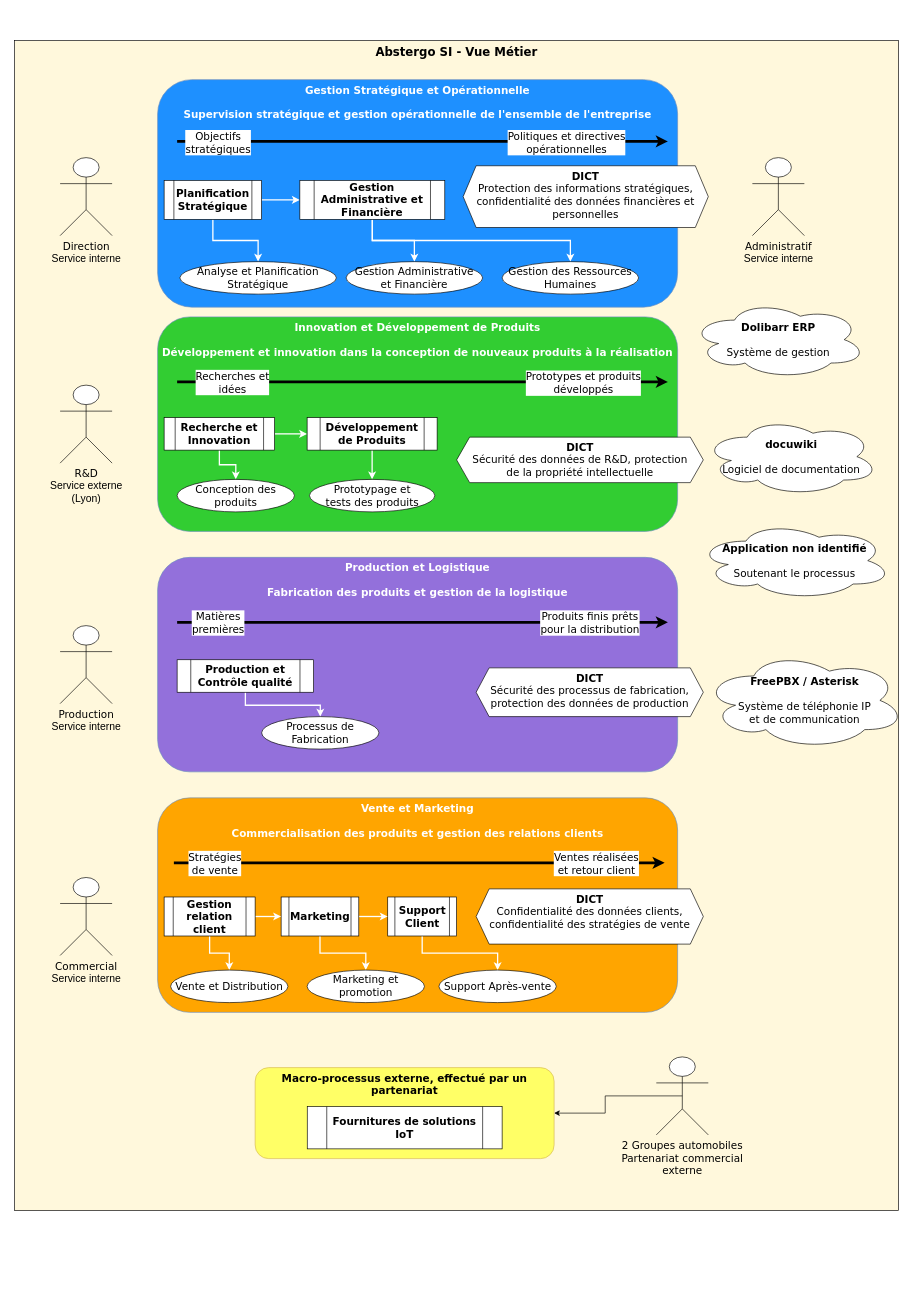
Above: Vue_Métier_v2.drawio in CharifMah/AbstergoAnimus (draw.io), before the change. Source tidied: cells renumbered, new cells numbered last; positions are measured from the earlier drawing's top-left corner, leaving out a move shared by most shapes. Both pictures are drawn from the tidied source at 65%, with x=0, y=0 at pixel (14, 40).
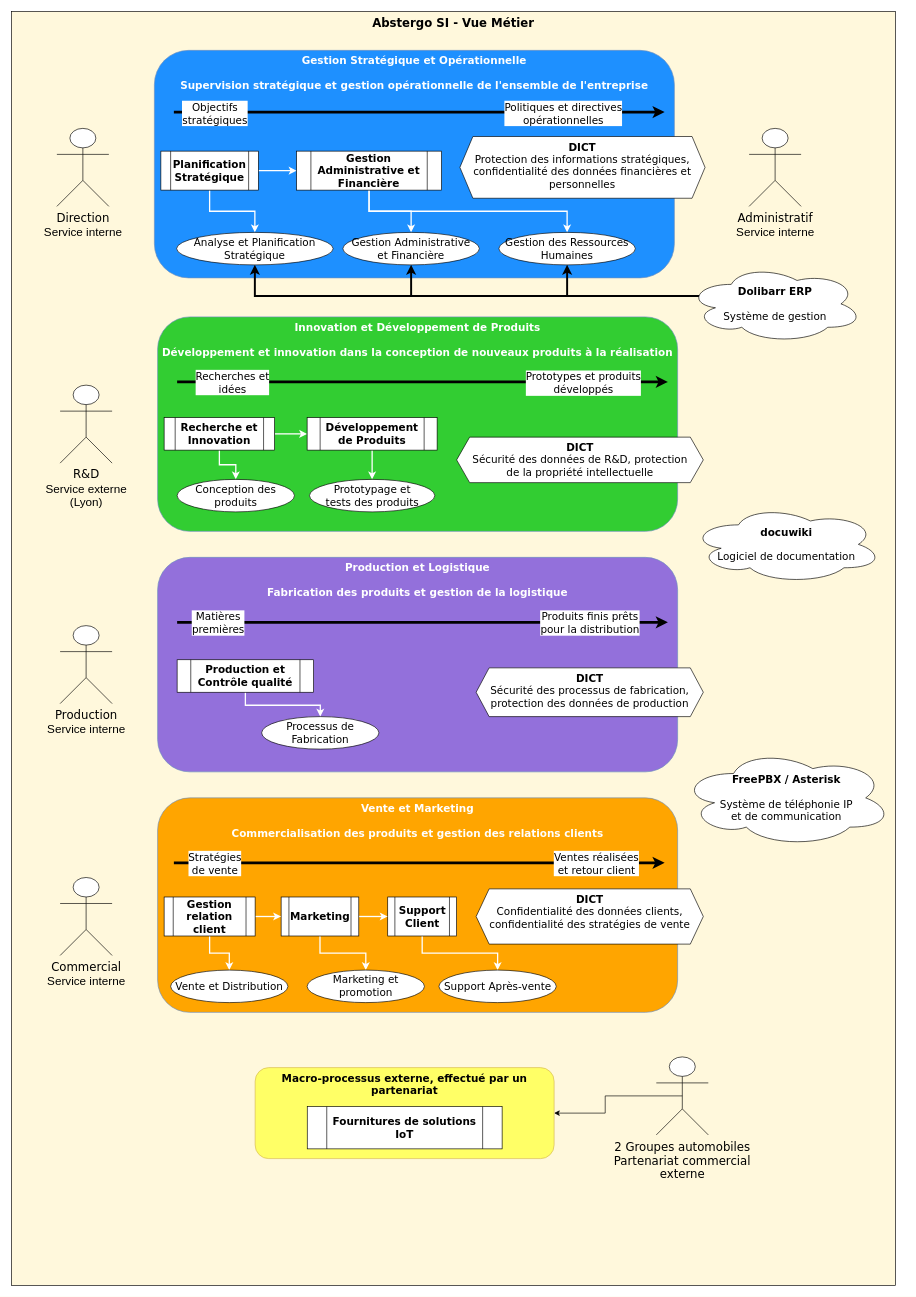
The same diagram, later.

Commit message (it also covers changes not shown here):
Mettre à jour Vue_Métier_v2.drawio

What changed in the source:
```diff
@@
     <mxCell id="2" value="&lt;b&gt;&lt;font size=&quot;1&quot;&gt;&lt;span style=&quot;font-size: 18px;&quot;&gt;Abstergo SI - Vue Métier&lt;/span&gt;&lt;/font&gt;&lt;/b&gt;" style="rounded=0;whiteSpace=wrap;html=1;verticalAlign=top;fillColor=#FFF8DC;fontFamily=Verdana;" parent="1" vertex="1">
-      <mxGeometry width="1360" height="1800" as="geometry" />
+      <mxGeometry x="-5" y="-45" width="1360" height="1960" as="geometry" />
     </mxCell>
     <mxCell id="3" value="&lt;font style=&quot;font-size: 16px;&quot;&gt;Gestion Stratégique et Opérationnelle&lt;br style=&quot;font-size: 16px;&quot;&gt;&lt;br style=&quot;font-size: 16px;&quot;&gt;&lt;/font&gt;&lt;font style=&quot;font-size: 16px;&quot;&gt;Supervision stratégique et gestion opérationnelle de l'ensemble de l'entreprise&lt;font style=&quot;font-size: 16px;&quot;&gt;&lt;font style=&quot;font-size: 16px;&quot;&gt;&lt;br style=&quot;font-size: 16px;&quot;&gt;&lt;/font&gt;&lt;/font&gt;&lt;/font&gt;" style="rounded=1;whiteSpace=wrap;html=1;fillColor=#1E90FF;strokeColor=#6c8ebf;fontStyle=1;fontColor=#FFFFFF;verticalAlign=top;fontFamily=Verdana;fontSize=16;" parent="1" vertex="1">
-      <mxGeometry x="220" y="60" width="800" height="350" as="geometry" />
+      <mxGeometry x="215" y="15" width="800" height="350" as="geometry" />
     </mxCell>
@@
     <mxCell id="9" value="Planification Stratégique" style="shape=process;whiteSpace=wrap;html=1;fontStyle=1;fontSize=16;fontFamily=Verdana;" parent="1" vertex="1">
-      <mxGeometry x="230" y="215" width="150" height="60" as="geometry" />
+      <mxGeometry x="225" y="170" width="150" height="60" as="geometry" />
     </mxCell>
@@
     <mxCell id="12" value="Gestion Administrative et Financière" style="shape=process;whiteSpace=wrap;html=1;fontSize=16;fontStyle=1;fontFamily=Verdana;" parent="1" vertex="1">
-      <mxGeometry x="438.8" y="215" width="223" height="60" as="geometry" />
+      <mxGeometry x="433.8" y="170" width="223" height="60" as="geometry" />
     </mxCell>
@@
     <mxCell id="25" value="Analyse et Planification &#10;Stratégique" style="ellipse;fontSize=16;fontFamily=Verdana;whiteSpace=wrap;" parent="1" vertex="1">
-      <mxGeometry x="254.2" y="340" width="240.8" height="50" as="geometry" />
+      <mxGeometry x="249.2" y="295" width="240.8" height="50" as="geometry" />
     </mxCell>
     <mxCell id="26" value="Gestion Administrative &#10;et Financière" style="ellipse;fontSize=16;whiteSpace=wrap;fontFamily=Verdana;" parent="1" vertex="1">
-      <mxGeometry x="510" y="340" width="210" height="50" as="geometry" />
+      <mxGeometry x="505" y="295" width="210" height="50" as="geometry" />
     </mxCell>
     <mxCell id="27" value="Gestion des Ressources Humaines" style="ellipse;fontSize=16;whiteSpace=wrap;fontFamily=Verdana;" parent="1" vertex="1">
-      <mxGeometry x="750" y="340" width="210" height="50" as="geometry" />
+      <mxGeometry x="745" y="295" width="210" height="50" as="geometry" />
     </mxCell>
@@
     <mxCell id="31" style="endArrow=classic;html=1;rounded=0;exitX=0.5;exitY=1;exitDx=0;exitDy=0;fontSize=16;strokeWidth=4;fontFamily=Verdana;" parent="1" edge="1">
       <mxGeometry relative="1" as="geometry">
-        <mxPoint x="250" y="155" as="sourcePoint" />
-        <mxPoint x="1005" y="155" as="targetPoint" />
+        <mxPoint x="245" y="110" as="sourcePoint" />
+        <mxPoint x="1000" y="110" as="targetPoint" />
         <Array as="points">
-          <mxPoint x="470" y="155" />
+          <mxPoint x="465" y="110" />
         </Array>
       </mxGeometry>
     </mxCell>
@@
     <mxCell id="34" value="&lt;font style=&quot;font-size: 16px;&quot;&gt;&lt;b style=&quot;font-size: 16px;&quot;&gt;DICT&lt;br style=&quot;font-size: 16px;&quot;&gt;&lt;/b&gt;Protection des informations stratégiques, confidentialité des données financières et personnelles&lt;br&gt;&lt;/font&gt;" style="shape=hexagon;perimeter=hexagonPerimeter2;whiteSpace=wrap;html=1;fixedSize=1;verticalAlign=top;fontFamily=Verdana;fontSize=16;" parent="1" vertex="1">
-      <mxGeometry x="690" y="192.5" width="377.2" height="95" as="geometry" />
+      <mxGeometry x="685" y="147.5" width="377.2" height="95" as="geometry" />
     </mxCell>
@@
-    <mxCell id="47" value="&lt;font style=&quot;font-size: 16px;&quot; face=&quot;Verdana&quot;&gt;Direction&lt;/font&gt;&lt;br&gt;&lt;font style=&quot;font-size: 16px;&quot;&gt;Service interne&lt;/font&gt;" style="shape=umlActor;verticalLabelPosition=bottom;verticalAlign=top;html=1;" parent="1" vertex="1">
-      <mxGeometry x="70" y="180" width="80" height="120" as="geometry" />
+    <mxCell id="47" value="&lt;font style=&quot;font-size: 18px;&quot; face=&quot;Verdana&quot;&gt;Direction&lt;/font&gt;&lt;font style=&quot;font-size: 18px;&quot; face=&quot;kKJ_Ids-99zO15ref_r5&quot;&gt;&lt;br&gt;&lt;font style=&quot;font-size: 18px;&quot;&gt;Service interne&lt;/font&gt;&lt;/font&gt;" style="shape=umlActor;verticalLabelPosition=bottom;verticalAlign=top;html=1;" parent="1" vertex="1">
+      <mxGeometry x="65" y="135" width="80" height="120" as="geometry" />
     </mxCell>
-    <mxCell id="48" value="&lt;font style=&quot;font-size: 16px;&quot; face=&quot;Verdana&quot;&gt;Administratif&lt;/font&gt;&lt;br&gt;&lt;font style=&quot;font-size: 16px;&quot;&gt;Service interne&lt;/font&gt;" style="shape=umlActor;verticalLabelPosition=bottom;verticalAlign=top;html=1;" parent="1" vertex="1">
-      <mxGeometry x="1135" y="180" width="80" height="120" as="geometry" />
+    <mxCell id="48" value="&lt;font style=&quot;font-size: 18px;&quot; face=&quot;Verdana&quot;&gt;Administratif&lt;/font&gt;&lt;font style=&quot;font-size: 18px;&quot; face=&quot;4KgLqjCtGsQ8VSGJz6T4&quot;&gt;&lt;br&gt;&lt;font style=&quot;font-size: 18px;&quot;&gt;Service interne&lt;/font&gt;&lt;/font&gt;" style="shape=umlActor;verticalLabelPosition=bottom;verticalAlign=top;html=1;" parent="1" vertex="1">
+      <mxGeometry x="1130" y="135" width="80" height="120" as="geometry" />
     </mxCell>
@@
-    <mxCell id="50" value="&lt;font face=&quot;Verdana&quot; style=&quot;font-size: 16px;&quot;&gt;2 &lt;font style=&quot;font-size: 16px;&quot;&gt;Groupes automobiles&lt;br&gt;Partenariat commercial &lt;br&gt;externe&lt;br&gt;&lt;/font&gt;&lt;/font&gt;" style="shape=umlActor;verticalLabelPosition=bottom;verticalAlign=top;html=1;outlineConnect=0;" parent="1" vertex="1">
+    <mxCell id="50" value="&lt;font style=&quot;font-size: 18px;&quot; face=&quot;Verdana&quot;&gt;2 &lt;font style=&quot;font-size: 18px;&quot;&gt;Groupes automobiles&lt;br&gt;Partenariat commercial &lt;br&gt;externe&lt;br&gt;&lt;/font&gt;&lt;/font&gt;" style="shape=umlActor;verticalLabelPosition=bottom;verticalAlign=top;html=1;outlineConnect=0;" parent="1" vertex="1">
       <mxGeometry x="987.2" y="1563.5" width="80" height="120" as="geometry" />
     </mxCell>
-    <mxCell id="51" value="&lt;font style=&quot;font-size: 16px;&quot; face=&quot;Verdana&quot;&gt;R&amp;amp;D&lt;/font&gt;&lt;br&gt;&lt;font style=&quot;font-size: 16px;&quot;&gt;Service externe&lt;br&gt;(Lyon)&lt;br&gt;&lt;/font&gt;" style="shape=umlActor;verticalLabelPosition=bottom;verticalAlign=top;html=1;" parent="1" vertex="1">
+    <mxCell id="51" value="&lt;font style=&quot;font-size: 18px;&quot; face=&quot;Verdana&quot;&gt;R&amp;amp;D&lt;/font&gt;&lt;font style=&quot;font-size: 18px;&quot; face=&quot;UAt6fcJ7rfgdQYm4minW&quot;&gt;&lt;br&gt;&lt;font style=&quot;font-size: 18px;&quot;&gt;Service externe&lt;br&gt;(Lyon)&lt;br&gt;&lt;/font&gt;&lt;/font&gt;" style="shape=umlActor;verticalLabelPosition=bottom;verticalAlign=top;html=1;" parent="1" vertex="1">
       <mxGeometry x="70" y="530" width="80" height="120" as="geometry" />
     </mxCell>
-    <mxCell id="52" value="&lt;font style=&quot;font-size: 16px;&quot; face=&quot;Verdana&quot;&gt;Production&lt;/font&gt;&lt;font style=&quot;font-size: 16px;&quot;&gt;&lt;br&gt;Service interne&lt;/font&gt;" style="shape=umlActor;verticalLabelPosition=bottom;verticalAlign=top;html=1;" parent="1" vertex="1">
+    <mxCell id="52" value="&lt;font style=&quot;font-size: 18px;&quot; face=&quot;Verdana&quot;&gt;Production&lt;/font&gt;&lt;font style=&quot;font-size: 18px;&quot; face=&quot;FGPGU1U1eCcjK2Tbj2Oz&quot;&gt;&lt;br&gt;Service interne&lt;/font&gt;" style="shape=umlActor;verticalLabelPosition=bottom;verticalAlign=top;html=1;" parent="1" vertex="1">
       <mxGeometry x="70" y="900" width="80" height="120" as="geometry" />
     </mxCell>
@@
+    <mxCell id="66" style="edgeStyle=orthogonalEdgeStyle;rounded=0;jettySize=auto;html=1;exitX=0.07;exitY=0.4;exitDx=0;exitDy=0;exitPerimeter=0;entryX=0.5;entryY=1;entryDx=0;entryDy=0;strokeWidth=3;" parent="1" edge="1" source="59" target="26">
+      <mxGeometry relative="1" as="geometry" />
+    </mxCell>
+    <mxCell id="67" style="edgeStyle=orthogonalEdgeStyle;rounded=0;jettySize=auto;html=1;exitX=0.07;exitY=0.4;exitDx=0;exitDy=0;exitPerimeter=0;entryX=0.5;entryY=1;entryDx=0;entryDy=0;strokeWidth=3;" parent="1" edge="1" source="59" target="27">
+      <mxGeometry relative="1" as="geometry" />
+    </mxCell>
+    <mxCell id="68" style="edgeStyle=orthogonalEdgeStyle;rounded=0;jettySize=auto;html=1;exitX=0.07;exitY=0.4;exitDx=0;exitDy=0;exitPerimeter=0;entryX=0.5;entryY=1;entryDx=0;entryDy=0;strokeWidth=3;" parent="1" edge="1" source="59" target="25">
+      <mxGeometry relative="1" as="geometry" />
+    </mxCell>
     <mxCell id="59" value="&lt;font face=&quot;Verdana&quot; style=&quot;font-size: 16px;&quot;&gt;&lt;b&gt;Dolibarr ERP&lt;br&gt;&lt;/b&gt;&lt;br&gt;Système de gestion&lt;/font&gt;" style="ellipse;shape=cloud;whiteSpace=wrap;html=1;" parent="1" vertex="1">
-      <mxGeometry x="1040" y="400" width="270" height="120" as="geometry" />
+      <mxGeometry x="1035" y="345" width="270" height="120" as="geometry" />
     </mxCell>
-    <mxCell id="60" value="&lt;font style=&quot;font-size: 16px;&quot; face=&quot;Verdana&quot;&gt;&lt;b&gt;Application non identifié&lt;br&gt;&lt;br&gt;&lt;/b&gt;Soutenant le processus&lt;b&gt;&lt;br&gt;&lt;/b&gt;&lt;/font&gt;" style="ellipse;shape=cloud;whiteSpace=wrap;html=1;" parent="1" vertex="1">
-      <mxGeometry x="1050" y="740" width="300" height="120" as="geometry" />
-    </mxCell>
-    <mxCell id="61" value="&lt;font style=&quot;font-size: 16px;&quot; face=&quot;Verdana&quot;&gt;Commercial&lt;/font&gt;&lt;br&gt;&lt;font style=&quot;font-size: 16px;&quot;&gt;Service interne&lt;/font&gt;" style="shape=umlActor;verticalLabelPosition=bottom;verticalAlign=top;html=1;" parent="1" vertex="1">
+    <mxCell id="61" value="&lt;font face=&quot;Verdana&quot; style=&quot;font-size: 18px;&quot;&gt;Commercial&lt;/font&gt;&lt;font face=&quot;pfqWf4vcFxnvbJ8P3OAt&quot; style=&quot;font-size: 18px;&quot;&gt;&lt;br&gt;&lt;font style=&quot;font-size: 18px;&quot;&gt;Service interne&lt;/font&gt;&lt;/font&gt;" style="shape=umlActor;verticalLabelPosition=bottom;verticalAlign=top;html=1;" parent="1" vertex="1">
       <mxGeometry x="70" y="1287.5" width="80" height="120" as="geometry" />
     </mxCell>
@@
     <mxCell id="64" value="&lt;font face=&quot;Verdana&quot; style=&quot;font-size: 16px;&quot;&gt;&lt;b&gt;FreePBX / Asterisk&lt;br&gt;&lt;/b&gt;&lt;br&gt;Système de téléphonie IP &lt;br&gt;et de communication&lt;br&gt;&lt;/font&gt;" style="ellipse;shape=cloud;whiteSpace=wrap;html=1;" parent="1" vertex="1">
-      <mxGeometry x="1059.5" y="940" width="310.5" height="150" as="geometry" />
+      <mxGeometry x="1024.8" y="1090" width="325.2" height="150" as="geometry" />
     </mxCell>
     <mxCell id="65" value="&lt;font face=&quot;Verdana&quot; style=&quot;font-size: 16px;&quot;&gt;&lt;b&gt;docuwiki&lt;br&gt;&lt;/b&gt;&lt;br&gt;Logiciel de documentation&lt;br&gt;&lt;/font&gt;" style="ellipse;shape=cloud;whiteSpace=wrap;html=1;" parent="1" vertex="1">
-      <mxGeometry x="1059.5" y="580" width="270" height="120" as="geometry" />
+      <mxGeometry x="1039.8" y="715" width="295.2" height="120" as="geometry" />
     </mxCell>
```
